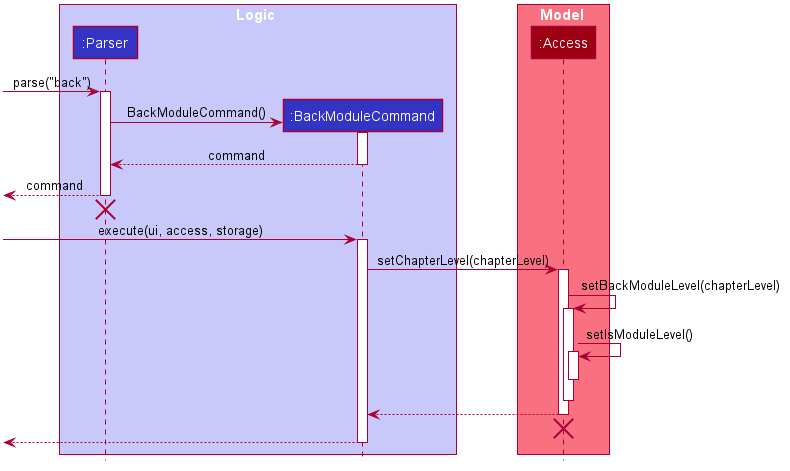
This is docs/DG_Images/returnmod_seq_diagram.png from nus-cs2113-AY2021S1/tp, a PlantUML export, as it was before one commit.
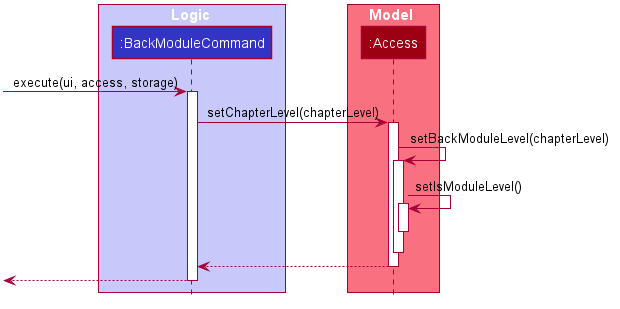
The same file after the commit.

Commit message:
Remove parser and modify deletion of objects

Change to the diagram source:
```diff
@@ -49,28 +49,12 @@
 hide circle
 
 box Logic #C8C8FA
-participant ":Parser" as Parser #3333C4
 participant ":BackModuleCommand" as BackModuleCommand #3333C4
 end box
 
 box Model #F97181
 participant ":Access" as Access #9D0012
 end box
-
-[-> Parser : parse("back")
-activate Parser
-
-create BackModuleCommand
-Parser -> BackModuleCommand : BackModuleCommand()
-activate BackModuleCommand
-
-BackModuleCommand --> Parser : command
-deactivate BackModuleCommand
-
-[<-- Parser : command
-deactivate Parser
-[<-[hidden]- Parser
-destroy Parser
 
 -> BackModuleCommand : execute(ui, access, storage)
 activate BackModuleCommand
@@ -85,8 +69,6 @@
 deactivate Access
 BackModuleCommand <-- Access
 deactivate Access
-[<-[hidden]- Access
-destroy Access
 <-- BackModuleCommand
 deactivate BackModuleCommand
 @enduml
```
